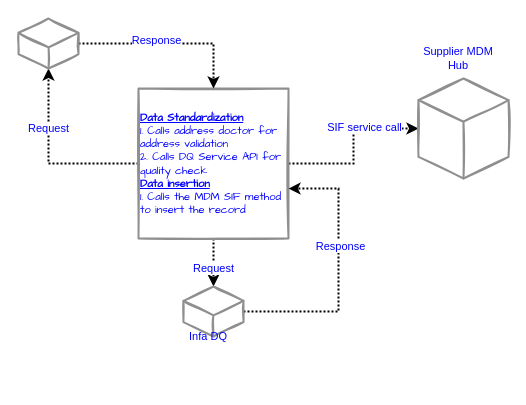
Before: page "real-time data processing" (2 of 4) of MDM Slution-VMWire.drawio in biswarup81/drawings, a draw.io diagram. Source tidied: cells renumbered, new cells numbered last; positions are measured from the earlier drawing's top-left corner, leaving out a move shared by most shapes. Both pictures are drawn from the tidied source at 100%, with x=0, y=0 at pixel (18, 18).
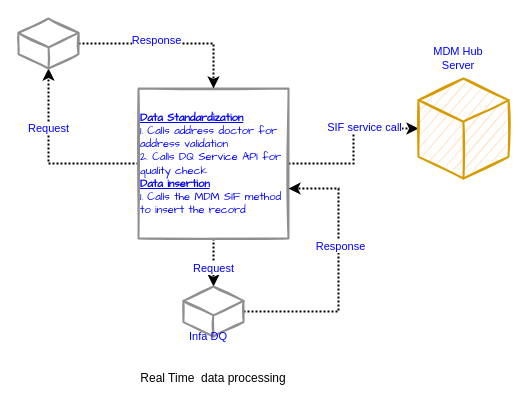
After the change.

The edit, as a diff of the source:
```diff
@@
-    <mxCell id="12" value="Supplier MDM Hub" style="text;html=1;strokeColor=none;fillColor=none;align=center;verticalAlign=middle;whiteSpace=wrap;rounded=0;shadow=0;glass=0;sketch=1;fontSize=11;fontColor=#0000FF;" parent="1" vertex="1">
+    <mxCell id="12" value="MDM Hub Server" style="text;html=1;strokeColor=none;fillColor=none;align=center;verticalAlign=middle;whiteSpace=wrap;rounded=0;shadow=0;glass=0;sketch=1;fontSize=11;fontColor=#0000FF;" parent="1" vertex="1">
       <mxGeometry x="400" y="30" width="80" height="20" as="geometry" />
     </mxCell>
@@
-    <mxCell id="17" style="html=1;whiteSpace=wrap;shape=isoCube2;backgroundOutline=1;isoAngle=15;rounded=0;shadow=0;glass=0;sketch=1;strokeColor=#8F8F8F;strokeWidth=2;fillColor=none;fontSize=11;fontColor=#0000FF;" parent="1" vertex="1">
+    <mxCell id="17" style="html=1;whiteSpace=wrap;shape=isoCube2;backgroundOutline=1;isoAngle=15;rounded=0;shadow=0;glass=0;sketch=1;strokeColor=#d79b00;strokeWidth=2;fillColor=#ffe6cc;fontSize=11;" parent="1" vertex="1">
       <mxGeometry x="400" y="60" width="90" height="100" as="geometry" />
     </mxCell>
+    <mxCell id="18" value="Real Time &amp;nbsp;data processing" style="text;html=1;strokeColor=none;fillColor=none;align=center;verticalAlign=middle;whiteSpace=wrap;rounded=0;" parent="1" vertex="1">
+      <mxGeometry x="20" y="350" width="350" height="20" as="geometry" />
+    </mxCell>
```
